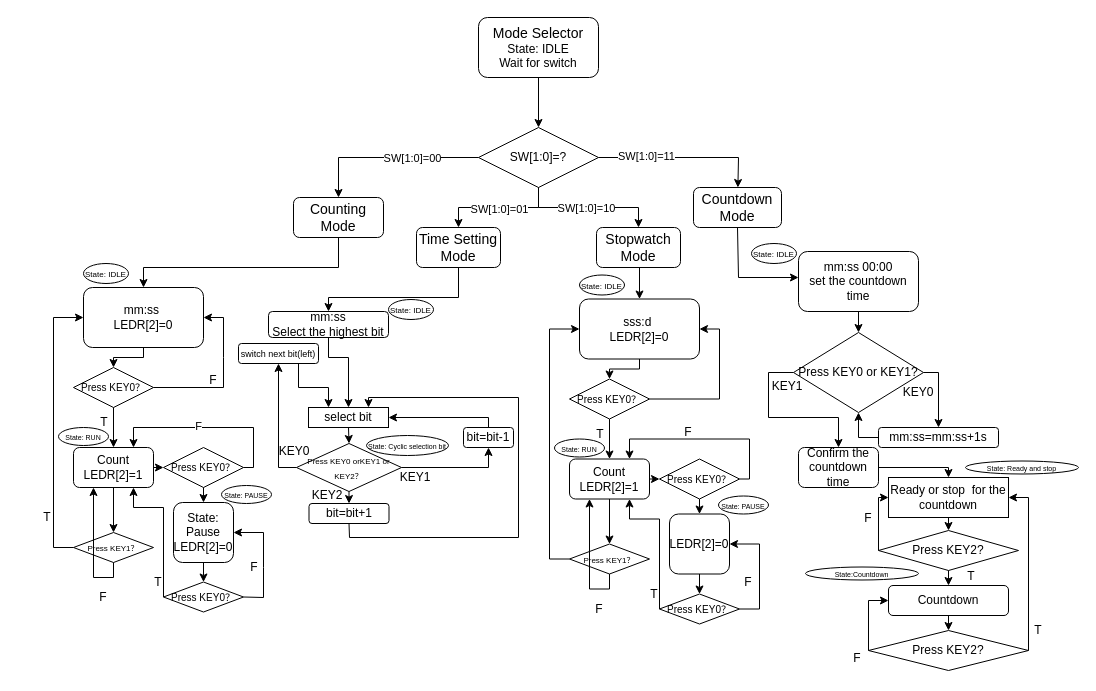
This is EEE339.drawio from fancilonely/fancilonely, a draw.io file, before an edit. Source tidied: cells renumbered, new cells numbered last; positions are measured from the earlier drawing's top-left corner, leaving out a move shared by most shapes. Both pictures are drawn from the tidied source at 100%, with x=0, y=0 at pixel (17, 17).
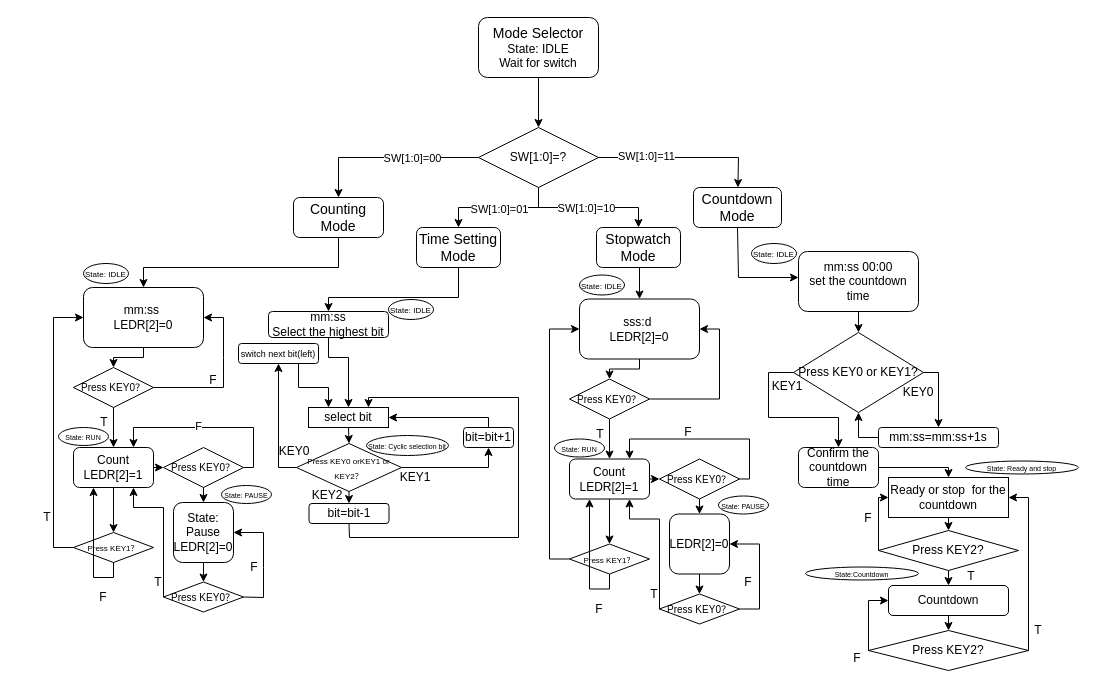
The same page after the edit.

Change to the diagram source:
```diff
@@
-    <mxCell id="60" value="bit=bit+1" style="rounded=1;whiteSpace=wrap;html=1;" parent="1" vertex="1">
+    <mxCell id="60" value="bit=bit-1" style="rounded=1;whiteSpace=wrap;html=1;" parent="1" vertex="1">
       <mxGeometry x="291.5" y="486" width="80" height="20" as="geometry" />
     </mxCell>
-    <mxCell id="61" value="bit=bit-1" style="rounded=1;whiteSpace=wrap;html=1;" parent="1" vertex="1">
+    <mxCell id="61" value="bit=bit+1" style="rounded=1;whiteSpace=wrap;html=1;" parent="1" vertex="1">
       <mxGeometry x="446" y="410" width="50" height="20" as="geometry" />
     </mxCell>
```
